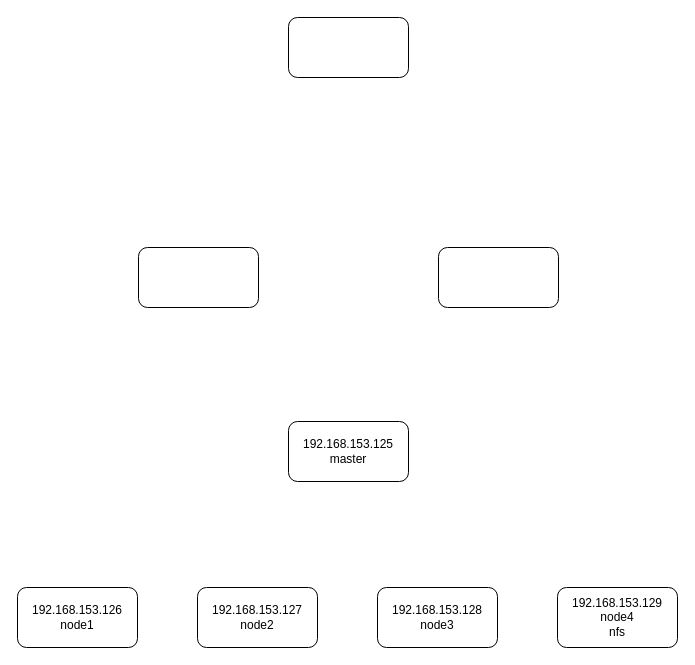
Earlier version of the draw.io diagram k8s+nginx+keepalived.drawio (wupei-w/diagrams). Source tidied: cells renumbered, new cells numbered last; positions are measured from the earlier drawing's top-left corner, leaving out a move shared by most shapes. Both pictures are drawn from the tidied source at 100%, with x=0, y=0 at pixel (17, 17).
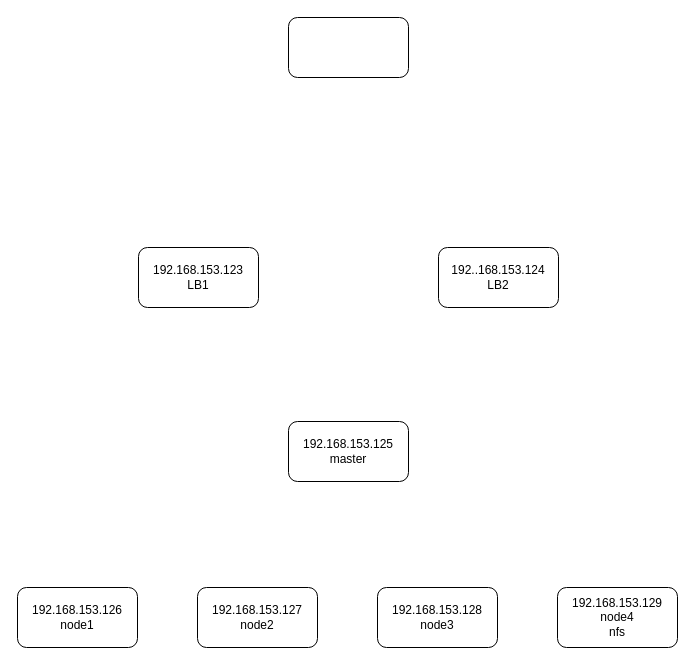
The same page after the edit.

What changed in the source:
```diff
@@
 <mxGraphModel>
   <root>
     <mxCell id="0" />
     <mxCell id="1" parent="0" />
     <mxCell id="2" value="192.168.153.125&lt;br&gt;master" style="rounded=1;whiteSpace=wrap;html=1;" parent="1" vertex="1">
       <mxGeometry x="271" y="404" width="120" height="60" as="geometry" />
     </mxCell>
     <mxCell id="3" value="192.168.153.126&lt;br&gt;node1" style="rounded=1;whiteSpace=wrap;html=1;" parent="1" vertex="1">
       <mxGeometry y="570" width="120" height="60" as="geometry" />
     </mxCell>
     <mxCell id="4" value="192.168.153.127&lt;br&gt;node2" style="rounded=1;whiteSpace=wrap;html=1;" parent="1" vertex="1">
       <mxGeometry x="180" y="570" width="120" height="60" as="geometry" />
     </mxCell>
     <mxCell id="5" value="192.168.153.128&lt;br&gt;node3" style="rounded=1;whiteSpace=wrap;html=1;" parent="1" vertex="1">
       <mxGeometry x="360" y="570" width="120" height="60" as="geometry" />
     </mxCell>
     <mxCell id="6" value="192.168.153.129&lt;br&gt;node4&lt;br&gt;nfs" style="rounded=1;whiteSpace=wrap;html=1;" parent="1" vertex="1">
       <mxGeometry x="540" y="570" width="120" height="60" as="geometry" />
     </mxCell>
-    <mxCell id="7" style="rounded=1;whiteSpace=wrap;html=1;" parent="1" vertex="1">
+    <mxCell id="7" value="192.168.153.123&lt;br&gt;LB1" style="rounded=1;whiteSpace=wrap;html=1;" parent="1" vertex="1">
       <mxGeometry x="121" y="230" width="120" height="60" as="geometry" />
     </mxCell>
-    <mxCell id="8" style="rounded=1;whiteSpace=wrap;html=1;" parent="1" vertex="1">
+    <mxCell id="8" value="192..168.153.124&lt;br&gt;LB2" style="rounded=1;whiteSpace=wrap;html=1;" parent="1" vertex="1">
       <mxGeometry x="421" y="230" width="120" height="60" as="geometry" />
     </mxCell>
     <mxCell id="9" style="rounded=1;whiteSpace=wrap;html=1;" parent="1" vertex="1">
       <mxGeometry x="271" width="120" height="60" as="geometry" />
     </mxCell>
   </root>
 </mxGraphModel>
```
